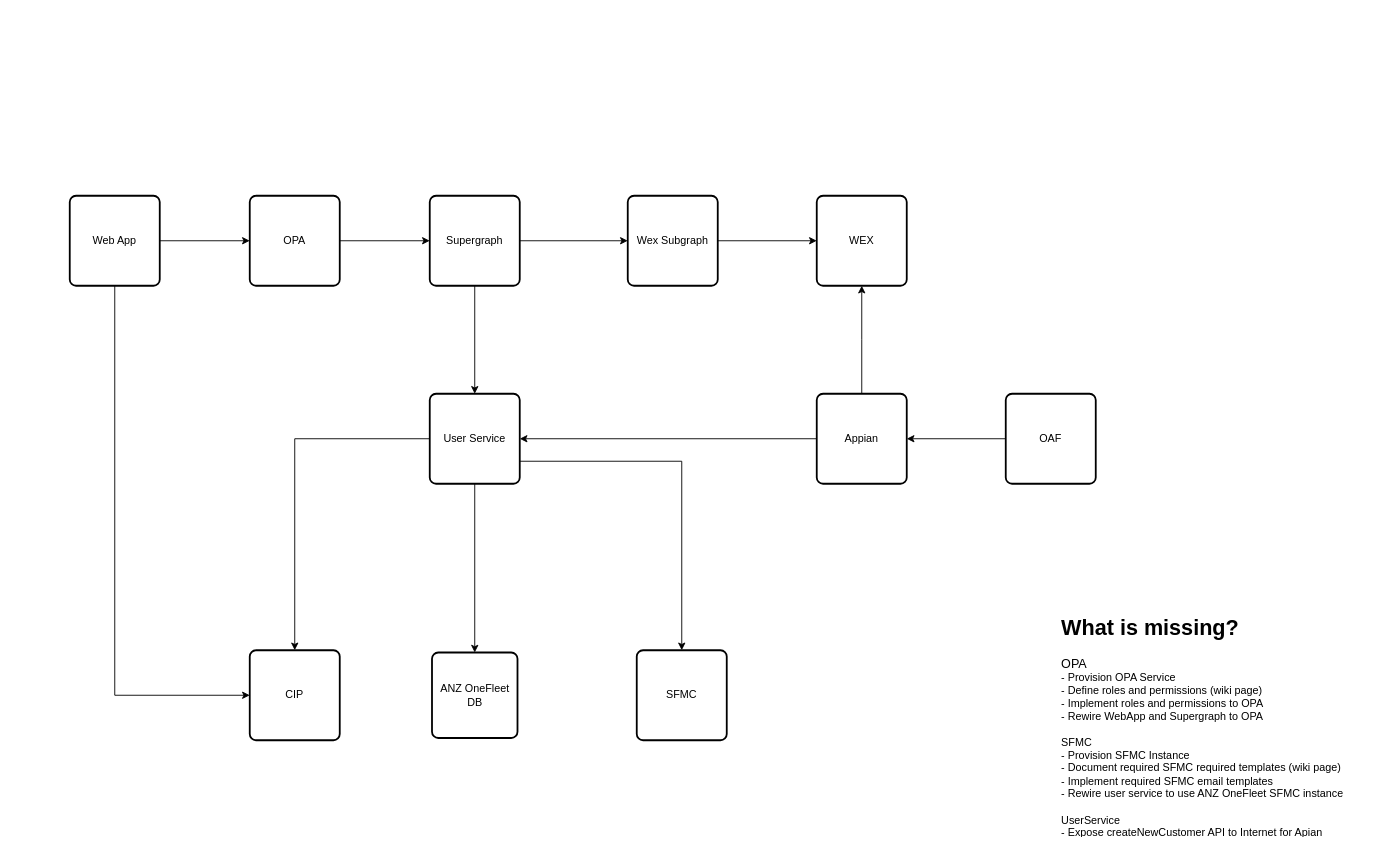
This is Technical User Flow.drawio from maralcbr/sequence-diagrams, a draw.io file, before an edit. Source tidied: cells renumbered, new cells numbered last; positions are measured from the earlier drawing's top-left corner, leaving out a move shared by most shapes. Both pictures are drawn from the tidied source at 90%, with x=0, y=0 at pixel (69, 195).
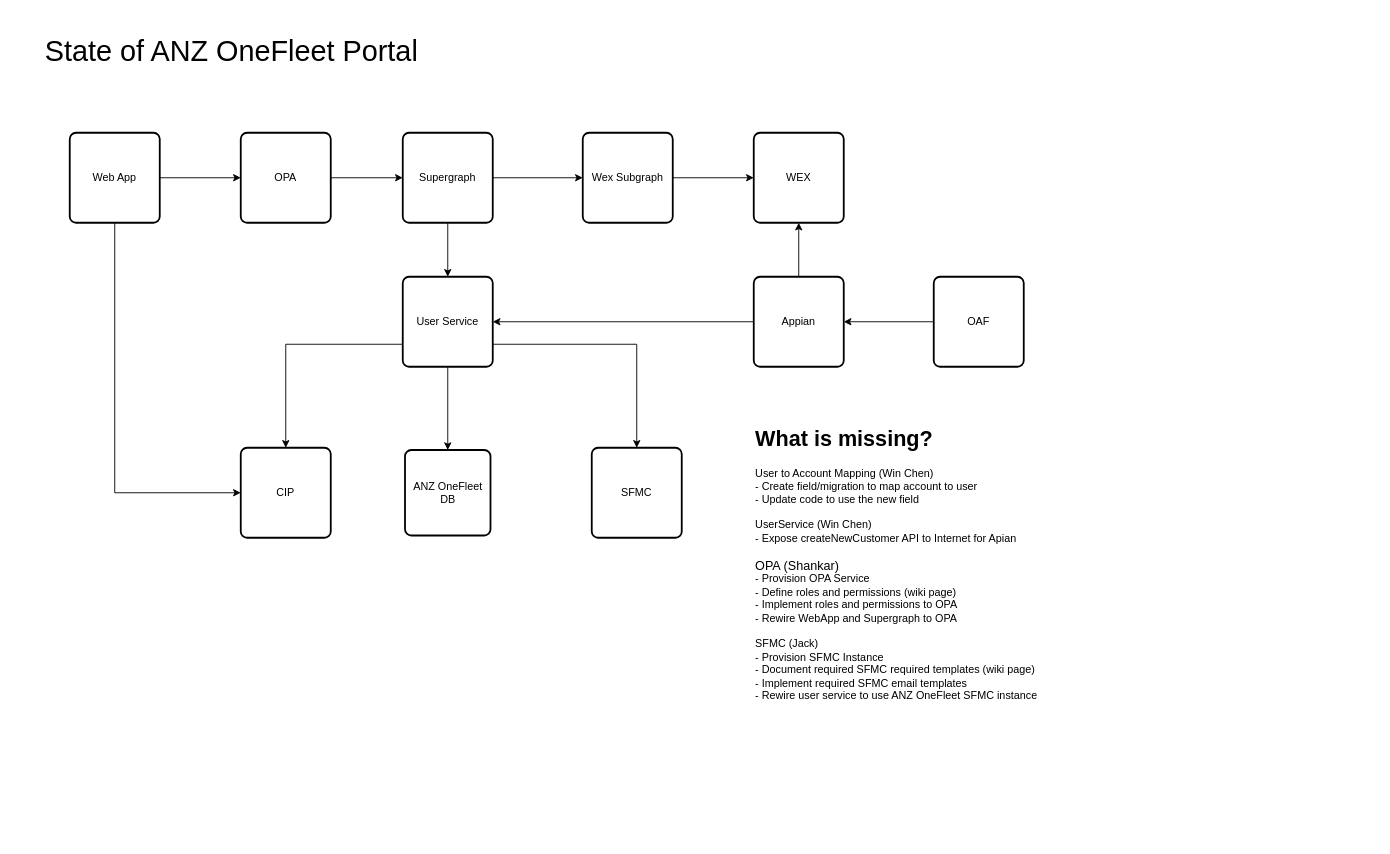
After the change.

The edit, as a diff of the source:
```diff
@@
     <mxCell id="3" style="edgeStyle=orthogonalEdgeStyle;rounded=0;jettySize=auto;html=1;entryX=0.5;entryY=0;entryDx=0;entryDy=0;exitX=1;exitY=0.75;exitDx=0;exitDy=0;" parent="1" edge="1" source="5" target="20">
       <mxGeometry relative="1" as="geometry">
         <Array as="points">
-          <mxPoint x="680" y="295" />
+          <mxPoint x="630" y="165" />
         </Array>
       </mxGeometry>
     </mxCell>
-    <mxCell id="4" style="edgeStyle=orthogonalEdgeStyle;rounded=0;jettySize=auto;html=1;" parent="1" edge="1" source="5" target="25">
+    <mxCell id="4" style="edgeStyle=orthogonalEdgeStyle;rounded=0;jettySize=auto;html=1;exitX=0;exitY=0.75;exitDx=0;exitDy=0;" parent="1" edge="1" source="5" target="25">
       <mxGeometry relative="1" as="geometry" />
     </mxCell>
     <mxCell id="5" value="User Service" style="rounded=1;whiteSpace=wrap;html=1;absoluteArcSize=1;arcSize=14;strokeWidth=2;" parent="1" vertex="1">
-      <mxGeometry x="400" y="220" width="100" height="100" as="geometry" />
+      <mxGeometry x="370" y="90" width="100" height="100" as="geometry" />
     </mxCell>
@@
     <mxCell id="8" value="Wex Subgraph" style="rounded=1;whiteSpace=wrap;html=1;absoluteArcSize=1;arcSize=14;strokeWidth=2;" parent="1" vertex="1">
-      <mxGeometry x="620" width="100" height="100" as="geometry" />
+      <mxGeometry x="570" y="-70" width="100" height="100" as="geometry" />
     </mxCell>
@@
     <mxCell id="11" value="Web App" style="rounded=1;whiteSpace=wrap;html=1;absoluteArcSize=1;arcSize=14;strokeWidth=2;" parent="1" vertex="1">
-      <mxGeometry width="100" height="100" as="geometry" />
+      <mxGeometry y="-70" width="100" height="100" as="geometry" />
     </mxCell>
@@
     <mxCell id="13" value="OPA" style="rounded=1;whiteSpace=wrap;html=1;absoluteArcSize=1;arcSize=14;strokeWidth=2;" parent="1" vertex="1">
-      <mxGeometry x="200" width="100" height="100" as="geometry" />
+      <mxGeometry x="190" y="-70" width="100" height="100" as="geometry" />
     </mxCell>
@@
     <mxCell id="15" value="Supergraph" style="rounded=1;whiteSpace=wrap;html=1;absoluteArcSize=1;arcSize=14;strokeWidth=2;" parent="1" vertex="1">
-      <mxGeometry x="400" width="100" height="100" as="geometry" />
+      <mxGeometry x="370" y="-70" width="100" height="100" as="geometry" />
     </mxCell>
     <mxCell id="16" value="ANZ OneFleet DB" style="rounded=1;whiteSpace=wrap;html=1;absoluteArcSize=1;arcSize=14;strokeWidth=2;" parent="1" vertex="1">
-      <mxGeometry x="402.5" y="507.5" width="95" height="95" as="geometry" />
+      <mxGeometry x="372.5" y="282.5" width="95" height="95" as="geometry" />
     </mxCell>
@@
     <mxCell id="18" value="OAF" style="rounded=1;whiteSpace=wrap;html=1;absoluteArcSize=1;arcSize=14;strokeWidth=2;" parent="1" vertex="1">
-      <mxGeometry x="1040" y="220" width="100" height="100" as="geometry" />
+      <mxGeometry x="960" y="90" width="100" height="100" as="geometry" />
     </mxCell>
     <mxCell id="19" value="WEX" style="rounded=1;whiteSpace=wrap;html=1;absoluteArcSize=1;arcSize=14;strokeWidth=2;" parent="1" vertex="1">
-      <mxGeometry x="830" width="100" height="100" as="geometry" />
+      <mxGeometry x="760" y="-70" width="100" height="100" as="geometry" />
     </mxCell>
     <mxCell id="20" value="SFMC" style="rounded=1;whiteSpace=wrap;html=1;absoluteArcSize=1;arcSize=14;strokeWidth=2;" parent="1" vertex="1">
-      <mxGeometry x="630" y="505" width="100" height="100" as="geometry" />
+      <mxGeometry x="580" y="280" width="100" height="100" as="geometry" />
     </mxCell>
-    <mxCell id="21" value="&lt;h1 style=&quot;margin-top: 0px;&quot;&gt;What is missing?&lt;/h1&gt;&lt;div&gt;&lt;font style=&quot;font-size: 14px;&quot;&gt;OPA&lt;/font&gt;&lt;/div&gt;&lt;div&gt;- Provision OPA Service&lt;/div&gt;&lt;div&gt;- Define roles and permissions (wiki page)&lt;/div&gt;&lt;div&gt;- Implement roles and permissions to OPA&lt;/div&gt;&lt;div&gt;- Rewire WebApp and Supergraph to OPA&lt;/div&gt;&lt;div&gt;&lt;br&gt;&lt;/div&gt;&lt;div&gt;SFMC&lt;/div&gt;&lt;div&gt;- Provision SFMC Instance&lt;/div&gt;&lt;div&gt;- Document required SFMC required templates (wiki page)&lt;/div&gt;&lt;div&gt;- Implement required SFMC email templates&lt;/div&gt;&lt;div&gt;- Rewire user service to use ANZ OneFleet SFMC instance&lt;br&gt;&lt;br&gt;UserService&lt;/div&gt;&lt;div&gt;- Expose createNewCustomer API to Internet for Apian&lt;/div&gt;&lt;div&gt;&lt;br&gt;&lt;/div&gt;" style="text;html=1;whiteSpace=wrap;overflow=hidden;rounded=0;" parent="1" vertex="1">
-      <mxGeometry x="1100" y="460" width="350" height="250" as="geometry" />
+    <mxCell id="21" value="&lt;h1 style=&quot;margin-top: 0px;&quot;&gt;What is missing?&lt;/h1&gt;&lt;div&gt;&lt;font style=&quot;font-size: 14px;&quot;&gt;&lt;div style=&quot;font-size: 12px;&quot;&gt;&lt;div&gt;&lt;font style=&quot;font-size: 14px;&quot;&gt;&lt;div style=&quot;font-size: 12px;&quot;&gt;User to Account Mapping (Win Chen)&lt;/div&gt;&lt;div style=&quot;font-size: 12px;&quot;&gt;- Create field/migration to map account to user&lt;/div&gt;&lt;div style=&quot;font-size: 12px;&quot;&gt;- Update code to use the new field&lt;/div&gt;&lt;div style=&quot;font-size: 12px;&quot;&gt;&lt;br&gt;&lt;/div&gt;&lt;div style=&quot;font-size: 12px;&quot;&gt;&lt;div&gt;UserService (Win Chen)&lt;/div&gt;&lt;div&gt;- Expose createNewCustomer API to Internet for Apian&lt;/div&gt;&lt;/div&gt;&lt;div style=&quot;font-size: 12px;&quot;&gt;&lt;br&gt;&lt;/div&gt;&lt;/font&gt;&lt;/div&gt;&lt;div&gt;&lt;font style=&quot;font-size: 14px;&quot;&gt;OPA (Shankar)&lt;/font&gt;&lt;/div&gt;&lt;div&gt;- Provision OPA Service&lt;/div&gt;&lt;div&gt;- Define roles and permissions (wiki page)&lt;/div&gt;&lt;div&gt;- Implement roles and permissions to OPA&lt;/div&gt;&lt;div&gt;- Rewire WebApp and Supergraph to OPA&lt;/div&gt;&lt;div&gt;&lt;br&gt;&lt;/div&gt;&lt;/div&gt;&lt;/font&gt;&lt;/div&gt;&lt;div&gt;SFMC (Jack)&lt;/div&gt;&lt;div&gt;- Provision SFMC Instance&lt;/div&gt;&lt;div&gt;- Document required SFMC required templates (wiki page)&lt;/div&gt;&lt;div&gt;- Implement required SFMC email templates&lt;/div&gt;&lt;div&gt;- Rewire user service to use ANZ OneFleet SFMC instance&lt;br&gt;&lt;/div&gt;" style="text;html=1;whiteSpace=wrap;overflow=hidden;rounded=0;" parent="1" vertex="1">
+      <mxGeometry x="760" y="250" width="350" height="350" as="geometry" />
     </mxCell>
     <mxCell id="22" style="edgeStyle=orthogonalEdgeStyle;rounded=0;jettySize=auto;html=1;entryX=0.5;entryY=1;entryDx=0;entryDy=0;" parent="1" edge="1" source="24" target="19">
       <mxGeometry relative="1" as="geometry">
         <Array as="points">
-          <mxPoint x="880" y="160" />
-          <mxPoint x="880" y="160" />
+          <mxPoint x="810" y="90" />
+          <mxPoint x="810" y="90" />
         </Array>
       </mxGeometry>
     </mxCell>
@@
     <mxCell id="24" value="Appian" style="rounded=1;whiteSpace=wrap;html=1;absoluteArcSize=1;arcSize=14;strokeWidth=2;" parent="1" vertex="1">
-      <mxGeometry x="830" y="220" width="100" height="100" as="geometry" />
+      <mxGeometry x="760" y="90" width="100" height="100" as="geometry" />
     </mxCell>
     <mxCell id="25" value="CIP" style="rounded=1;whiteSpace=wrap;html=1;absoluteArcSize=1;arcSize=14;strokeWidth=2;" parent="1" vertex="1">
-      <mxGeometry x="200" y="505" width="100" height="100" as="geometry" />
+      <mxGeometry x="190" y="280" width="100" height="100" as="geometry" />
     </mxCell>
+    <mxCell id="26" value="State of ANZ OneFleet Portal" style="text;html=1;align=center;verticalAlign=middle;whiteSpace=wrap;rounded=0;fontSize=32;" parent="1" vertex="1">
+      <mxGeometry x="-60" y="-200" width="480" height="80" as="geometry" />
+    </mxCell>
```
